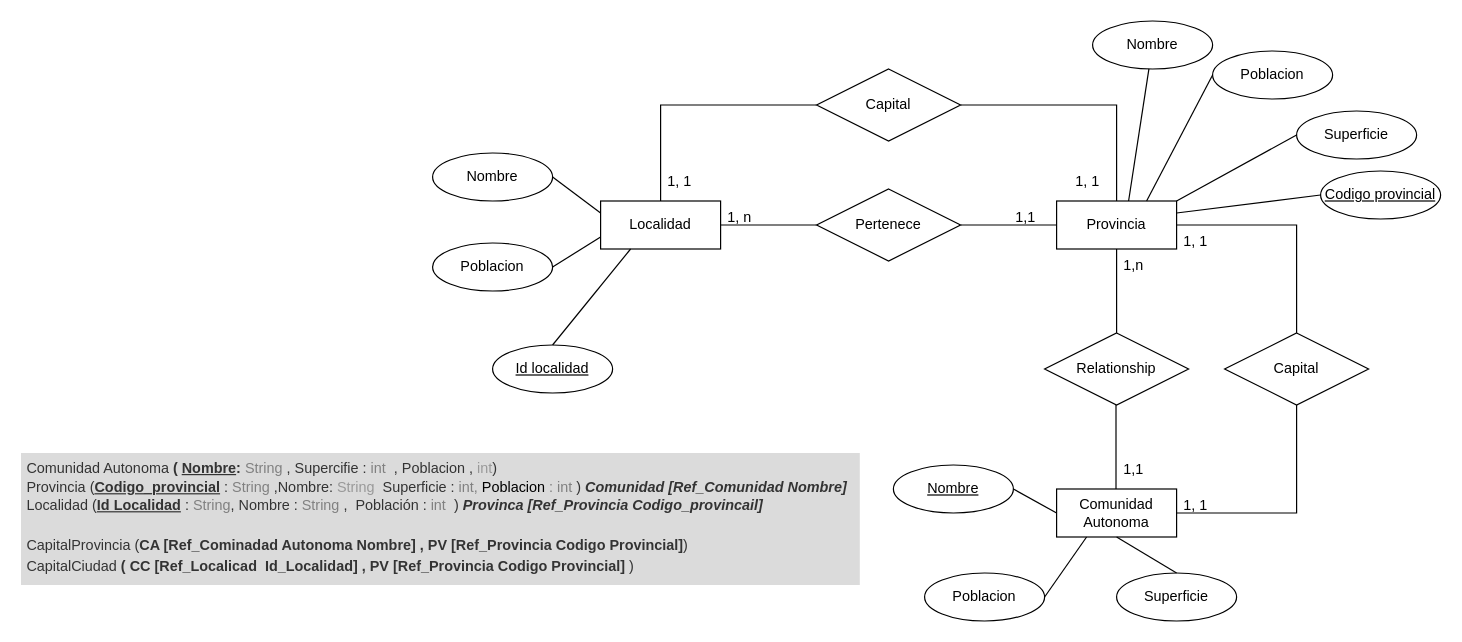
Before: Diagramas/Actividad_03_C3_UD12.drawio in jordimall/jmg-tsys-ta12diagramasER-drawio-111023, a draw.io diagram. Source tidied: cells renumbered, new cells numbered last; positions are measured from the earlier drawing's top-left corner, leaving out a move shared by most shapes. Both pictures are drawn from the tidied source at 120%, with x=0, y=0 at pixel (20, 20).
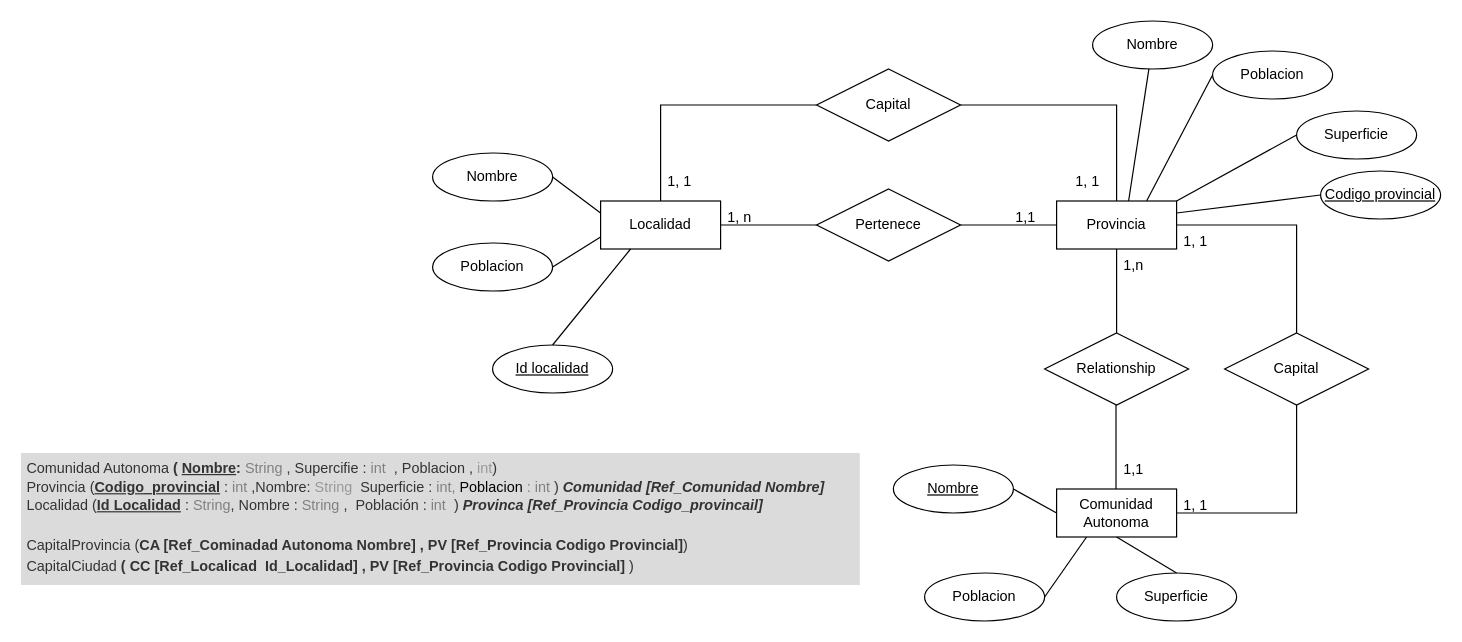
The same page after the edit.

Diff of the diagram source:
```diff
@@
-    <mxCell id="45" value="&lt;h1 style=&quot;line-height: 150%;&quot;&gt;&lt;div style=&quot;border-color: var(--border-color); font-size: 12px; line-height: 130%;&quot;&gt;&lt;font style=&quot;border-color: var(--border-color);&quot;&gt;&lt;span style=&quot;border-color: var(--border-color); font-weight: 400;&quot;&gt;Comunidad Autonoma&lt;b style=&quot;border-color: var(--border-color);&quot;&gt;&amp;nbsp;( &lt;u&gt;Nombre&lt;/u&gt;&lt;/b&gt;&lt;b style=&quot;border-color: var(--border-color);&quot;&gt;:&lt;/b&gt;&lt;font style=&quot;border-color: var(--border-color);&quot; color=&quot;#808080&quot;&gt;&amp;nbsp;String&lt;/font&gt;&amp;nbsp;, Supercifie : &lt;font color=&quot;#808080&quot;&gt;int&lt;/font&gt;&amp;nbsp; , Poblacion ,&lt;font color=&quot;#999999&quot;&gt; int&lt;/font&gt;)&lt;br&gt;&lt;/span&gt;&lt;/font&gt;&lt;/div&gt;&lt;div style=&quot;border-color: var(--border-color); font-size: 12px; line-height: 130%;&quot;&gt;&lt;font style=&quot;border-color: var(--border-color);&quot;&gt;&lt;span style=&quot;border-color: var(--border-color);&quot;&gt;&lt;span style=&quot;font-weight: 400;&quot;&gt;Provincia&lt;/span&gt;&lt;span style=&quot;border-color: var(--border-color);&quot;&gt;&lt;span style=&quot;font-weight: 400;&quot;&gt;&amp;nbsp;(&lt;/span&gt;&lt;u style=&quot;&quot;&gt;Codigo_provincial&lt;/u&gt;&lt;/span&gt;&lt;span style=&quot;font-weight: 400; border-color: var(--border-color);&quot;&gt;&amp;nbsp;&lt;/span&gt;&lt;span style=&quot;font-weight: 400; border-color: var(--border-color);&quot;&gt;:&amp;nbsp;&lt;/span&gt;&lt;font style=&quot;font-weight: 400; border-color: var(--border-color);&quot; color=&quot;#808080&quot;&gt;String&lt;/font&gt;&lt;span style=&quot;font-weight: 400; border-color: var(--border-color);&quot;&gt;&amp;nbsp;,Nombre: &lt;font color=&quot;#999999&quot;&gt;String&lt;/font&gt;&amp;nbsp; Superficie : &lt;font color=&quot;#808080&quot;&gt;int, &lt;/font&gt;&lt;font color=&quot;#000000&quot;&gt;Poblacion&lt;/font&gt;&lt;font color=&quot;#808080&quot;&gt; : int &lt;/font&gt;&lt;/span&gt;&lt;span style=&quot;border-color: var(--border-color);&quot;&gt;&lt;span style=&quot;font-weight: 400;&quot;&gt;) &lt;/span&gt;&lt;i&gt;Comunidad [Ref_Comunidad Nombre]&lt;/i&gt;&amp;nbsp;&lt;/span&gt;&lt;br&gt;&lt;/span&gt;&lt;/font&gt;&lt;/div&gt;&lt;div style=&quot;border-color: var(--border-color); font-size: 12px; line-height: 130%;&quot;&gt;&lt;font style=&quot;border-color: var(--border-color);&quot;&gt;&lt;span style=&quot;border-color: var(--border-color); font-weight: 400;&quot;&gt;Localidad&lt;/span&gt;&lt;span style=&quot;border-color: var(--border-color);&quot;&gt;&lt;span style=&quot;font-weight: 400;&quot;&gt;&amp;nbsp;(&lt;/span&gt;&lt;u&gt;Id Localidad&lt;/u&gt;&lt;/span&gt;&lt;span style=&quot;font-weight: 400;&quot;&gt;&amp;nbsp;:&amp;nbsp;&lt;/span&gt;&lt;font style=&quot;font-weight: 400; border-color: var(--border-color);&quot; color=&quot;#808080&quot;&gt;String&lt;/font&gt;&lt;b style=&quot;font-weight: 400; border-color: var(--border-color);&quot;&gt;,&lt;/b&gt;&lt;span style=&quot;font-weight: 400;&quot;&gt;&amp;nbsp;Nombre :&amp;nbsp;&lt;/span&gt;&lt;font style=&quot;font-weight: 400; border-color: var(--border-color);&quot; color=&quot;#808080&quot;&gt;String&lt;/font&gt;&lt;span style=&quot;font-weight: 400;&quot;&gt;&amp;nbsp;,&amp;nbsp; Población :&lt;/span&gt;&lt;font style=&quot;font-weight: 400; border-color: var(--border-color);&quot; color=&quot;#808080&quot;&gt;&amp;nbsp;int&lt;/font&gt;&lt;span style=&quot;font-weight: 400;&quot;&gt;&amp;nbsp;&lt;/span&gt;&lt;span style=&quot;font-weight: 400;&quot;&gt;&amp;nbsp;) &lt;/span&gt;&lt;i&gt;Provinca [Ref_Provincia Codigo_provincail]&lt;/i&gt;&lt;/font&gt;&lt;/div&gt;&lt;div style=&quot;border-color: var(--border-color); font-size: 12px; line-height: 130%;&quot;&gt;&lt;br&gt;&lt;/div&gt;&lt;div style=&quot;border-color: var(--border-color); font-size: 12px; line-height: 150%;&quot;&gt;&lt;font style=&quot;border-color: var(--border-color);&quot;&gt;&lt;span style=&quot;border-color: var(--border-color); font-weight: 400;&quot;&gt;CapitalProvincia&lt;/span&gt;&lt;b style=&quot;font-weight: 400; border-color: var(--border-color);&quot;&gt;&amp;nbsp;(&lt;/b&gt;&lt;b style=&quot;border-color: var(--border-color);&quot;&gt;CA [Ref_Cominadad Autonoma Nombre] , PV [Ref_Provincia Codigo Provincial]&lt;/b&gt;&lt;span style=&quot;font-weight: 400;&quot;&gt;)&amp;nbsp;&lt;/span&gt;&lt;/font&gt;&lt;/div&gt;&lt;div style=&quot;border-color: var(--border-color); font-weight: 400; font-size: 12px; line-height: 150%;&quot;&gt;&lt;/div&gt;&lt;i style=&quot;border-color: var(--border-color); font-weight: 400; font-size: 12px;&quot;&gt;&lt;div style=&quot;border-color: var(--border-color); font-style: normal; line-height: 150%;&quot;&gt;&lt;font style=&quot;border-color: var(--border-color);&quot;&gt;CapitalCiudad&lt;b style=&quot;border-color: var(--border-color);&quot;&gt;&amp;nbsp;(&lt;/b&gt;&lt;b style=&quot;border-color: var(--border-color);&quot;&gt;&amp;nbsp;&lt;/b&gt;&lt;/font&gt;&lt;i style=&quot;background-color: initial; border-color: var(--border-color);&quot;&gt;&lt;b style=&quot;border-color: var(--border-color); font-style: normal;&quot;&gt;CC [Ref_Localicad&amp;nbsp; Id_Localidad] , PV [Ref_Provincia Codigo Provincial]&lt;/b&gt;&lt;/i&gt;&lt;span style=&quot;background-color: initial;&quot;&gt;&amp;nbsp;)&lt;/span&gt;&lt;/div&gt;&lt;/i&gt;&lt;/h1&gt;" style="text;html=1;strokeColor=none;fillColor=#dbdbdb;spacing=5;spacingTop=-20;whiteSpace=wrap;overflow=hidden;rounded=0;fontColor=#333333;" parent="1" vertex="1">
+    <mxCell id="45" value="&lt;h1 style=&quot;line-height: 150%;&quot;&gt;&lt;div style=&quot;border-color: var(--border-color); font-size: 12px; line-height: 130%;&quot;&gt;&lt;font style=&quot;border-color: var(--border-color);&quot;&gt;&lt;span style=&quot;border-color: var(--border-color); font-weight: 400;&quot;&gt;Comunidad Autonoma&lt;b style=&quot;border-color: var(--border-color);&quot;&gt;&amp;nbsp;( &lt;u&gt;Nombre&lt;/u&gt;&lt;/b&gt;&lt;b style=&quot;border-color: var(--border-color);&quot;&gt;:&lt;/b&gt;&lt;font style=&quot;border-color: var(--border-color);&quot; color=&quot;#808080&quot;&gt;&amp;nbsp;String&lt;/font&gt;&amp;nbsp;, Supercifie : &lt;font color=&quot;#808080&quot;&gt;int&lt;/font&gt;&amp;nbsp; , Poblacion ,&lt;font color=&quot;#999999&quot;&gt; int&lt;/font&gt;)&lt;br&gt;&lt;/span&gt;&lt;/font&gt;&lt;/div&gt;&lt;div style=&quot;border-color: var(--border-color); font-size: 12px; line-height: 130%;&quot;&gt;&lt;font style=&quot;border-color: var(--border-color);&quot;&gt;&lt;span style=&quot;border-color: var(--border-color);&quot;&gt;&lt;span style=&quot;font-weight: 400;&quot;&gt;Provincia&lt;/span&gt;&lt;span style=&quot;border-color: var(--border-color);&quot;&gt;&lt;span style=&quot;font-weight: 400;&quot;&gt;&amp;nbsp;(&lt;/span&gt;&lt;u style=&quot;&quot;&gt;Codigo_provincial&lt;/u&gt;&lt;/span&gt;&lt;span style=&quot;font-weight: 400; border-color: var(--border-color);&quot;&gt;&amp;nbsp;&lt;/span&gt;&lt;span style=&quot;font-weight: 400; border-color: var(--border-color);&quot;&gt;: &lt;font color=&quot;#808080&quot;&gt;int&lt;/font&gt;&lt;/span&gt;&lt;span style=&quot;font-weight: 400; border-color: var(--border-color);&quot;&gt;&amp;nbsp;,Nombre: &lt;font color=&quot;#999999&quot;&gt;String&lt;/font&gt;&amp;nbsp; Superficie : &lt;font color=&quot;#808080&quot;&gt;int, &lt;/font&gt;&lt;font color=&quot;#000000&quot;&gt;Poblacion&lt;/font&gt;&lt;font color=&quot;#808080&quot;&gt; : int &lt;/font&gt;&lt;/span&gt;&lt;span style=&quot;border-color: var(--border-color);&quot;&gt;&lt;span style=&quot;font-weight: 400;&quot;&gt;) &lt;/span&gt;&lt;i&gt;Comunidad [Ref_Comunidad Nombre]&lt;/i&gt;&amp;nbsp;&lt;/span&gt;&lt;br&gt;&lt;/span&gt;&lt;/font&gt;&lt;/div&gt;&lt;div style=&quot;border-color: var(--border-color); font-size: 12px; line-height: 130%;&quot;&gt;&lt;font style=&quot;border-color: var(--border-color);&quot;&gt;&lt;span style=&quot;border-color: var(--border-color); font-weight: 400;&quot;&gt;Localidad&lt;/span&gt;&lt;span style=&quot;border-color: var(--border-color);&quot;&gt;&lt;span style=&quot;font-weight: 400;&quot;&gt;&amp;nbsp;(&lt;/span&gt;&lt;u&gt;Id Localidad&lt;/u&gt;&lt;/span&gt;&lt;span style=&quot;font-weight: 400;&quot;&gt;&amp;nbsp;:&amp;nbsp;&lt;/span&gt;&lt;font style=&quot;font-weight: 400; border-color: var(--border-color);&quot; color=&quot;#808080&quot;&gt;String&lt;/font&gt;&lt;b style=&quot;font-weight: 400; border-color: var(--border-color);&quot;&gt;,&lt;/b&gt;&lt;span style=&quot;font-weight: 400;&quot;&gt;&amp;nbsp;Nombre :&amp;nbsp;&lt;/span&gt;&lt;font style=&quot;font-weight: 400; border-color: var(--border-color);&quot; color=&quot;#808080&quot;&gt;String&lt;/font&gt;&lt;span style=&quot;font-weight: 400;&quot;&gt;&amp;nbsp;,&amp;nbsp; Población :&lt;/span&gt;&lt;font style=&quot;font-weight: 400; border-color: var(--border-color);&quot; color=&quot;#808080&quot;&gt;&amp;nbsp;int&lt;/font&gt;&lt;span style=&quot;font-weight: 400;&quot;&gt;&amp;nbsp;&lt;/span&gt;&lt;span style=&quot;font-weight: 400;&quot;&gt;&amp;nbsp;) &lt;/span&gt;&lt;i&gt;Provinca [Ref_Provincia Codigo_provincail]&lt;/i&gt;&lt;/font&gt;&lt;/div&gt;&lt;div style=&quot;border-color: var(--border-color); font-size: 12px; line-height: 130%;&quot;&gt;&lt;br&gt;&lt;/div&gt;&lt;div style=&quot;border-color: var(--border-color); font-size: 12px; line-height: 150%;&quot;&gt;&lt;font style=&quot;border-color: var(--border-color);&quot;&gt;&lt;span style=&quot;border-color: var(--border-color); font-weight: 400;&quot;&gt;CapitalProvincia&lt;/span&gt;&lt;b style=&quot;font-weight: 400; border-color: var(--border-color);&quot;&gt;&amp;nbsp;(&lt;/b&gt;&lt;b style=&quot;border-color: var(--border-color);&quot;&gt;CA [Ref_Cominadad Autonoma Nombre] , PV [Ref_Provincia Codigo Provincial]&lt;/b&gt;&lt;span style=&quot;font-weight: 400;&quot;&gt;)&amp;nbsp;&lt;/span&gt;&lt;/font&gt;&lt;/div&gt;&lt;div style=&quot;border-color: var(--border-color); font-weight: 400; font-size: 12px; line-height: 150%;&quot;&gt;&lt;/div&gt;&lt;i style=&quot;border-color: var(--border-color); font-weight: 400; font-size: 12px;&quot;&gt;&lt;div style=&quot;border-color: var(--border-color); font-style: normal; line-height: 150%;&quot;&gt;&lt;font style=&quot;border-color: var(--border-color);&quot;&gt;CapitalCiudad&lt;b style=&quot;border-color: var(--border-color);&quot;&gt;&amp;nbsp;(&lt;/b&gt;&lt;b style=&quot;border-color: var(--border-color);&quot;&gt;&amp;nbsp;&lt;/b&gt;&lt;/font&gt;&lt;i style=&quot;background-color: initial; border-color: var(--border-color);&quot;&gt;&lt;b style=&quot;border-color: var(--border-color); font-style: normal;&quot;&gt;CC [Ref_Localicad&amp;nbsp; Id_Localidad] , PV [Ref_Provincia Codigo Provincial]&lt;/b&gt;&lt;/i&gt;&lt;span style=&quot;background-color: initial;&quot;&gt;&amp;nbsp;)&lt;/span&gt;&lt;/div&gt;&lt;/i&gt;&lt;/h1&gt;" style="text;html=1;strokeColor=none;fillColor=#dbdbdb;spacing=5;spacingTop=-20;whiteSpace=wrap;overflow=hidden;rounded=0;fontColor=#333333;" parent="1" vertex="1">
       <mxGeometry y="360" width="699" height="110" as="geometry" />
     </mxCell>
```
